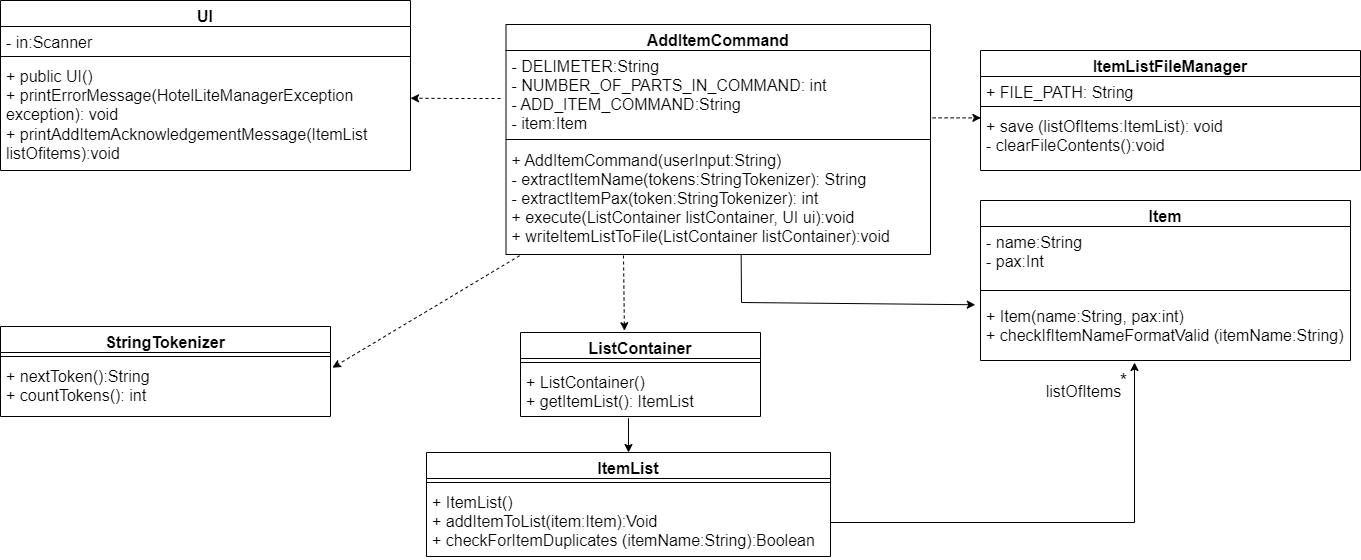
The draw.io diagram docs/team/SiewYangZhi_addItemCommand/AddItemCommandClassDiagram.png in nus-cs2113-AY2122S2/tp, before a commit. Source tidied: cells renumbered, new cells last; positions are measured from the earlier drawing's top-left corner, leaving out a move shared by most shapes.
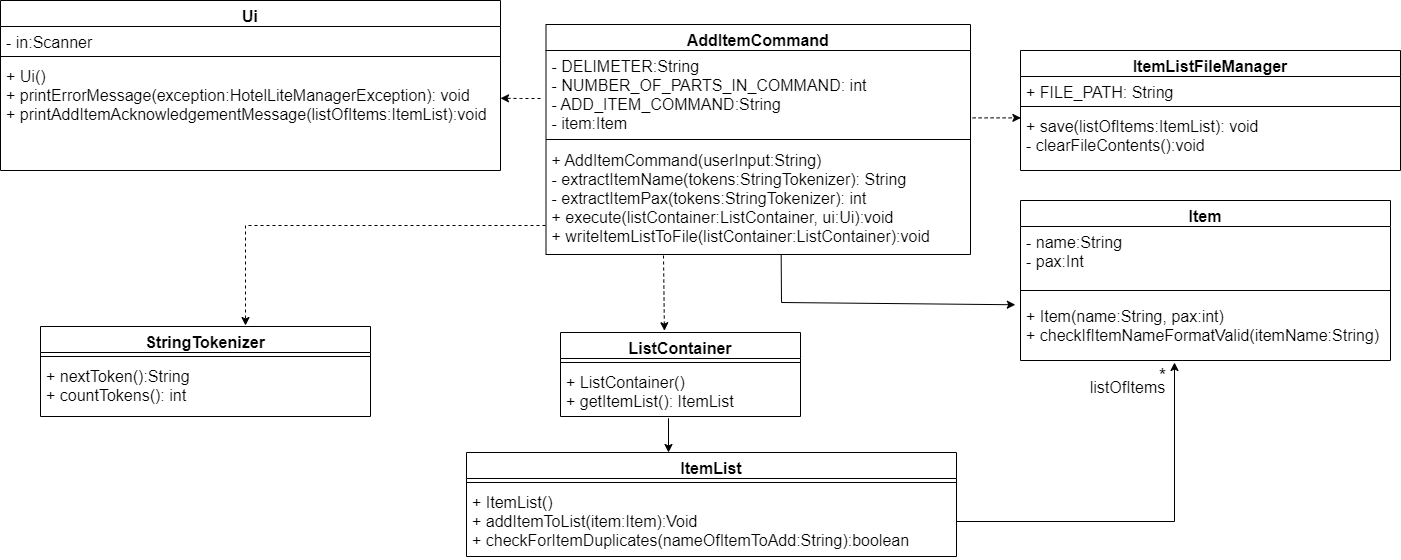
The same file after the commit.

Commit message:
Update the sequence and class diagrams of te add item command in the DG

What changed in the source:
```diff
@@ -11,16 +11,14 @@
     <mxCell id="4" style="line;strokeWidth=1;fillColor=none;align=left;verticalAlign=middle;spacingTop=-1;spacingLeft=3;spacingRight=3;labelPosition=right;fontSize=16;" parent="2" vertex="1">
       <mxGeometry y="80" width="370" height="20" as="geometry" />
     </mxCell>
-    <mxCell id="5" value="+ Item(name:String, pax:int)&#10;+ checkIfItemNameFormatValid (itemName:String)&#10;&#10;" style="text;strokeColor=none;fillColor=none;align=left;verticalAlign=top;spacingLeft=4;spacingRight=4;overflow=hidden;points=[[0,0.5],[1,0.5]];portConstraint=eastwest;fontSize=16;" parent="2" vertex="1">
+    <mxCell id="5" value="+ Item(name:String, pax:int)&#10;+ checkIfItemNameFormatValid(itemName:String)&#10;&#10;" style="text;strokeColor=none;fillColor=none;align=left;verticalAlign=top;spacingLeft=4;spacingRight=4;overflow=hidden;points=[[0,0.5],[1,0.5]];portConstraint=eastwest;fontSize=16;" parent="2" vertex="1">
       <mxGeometry y="100" width="370" height="60" as="geometry" />
     </mxCell>
-    <mxCell id="6" style="edgeStyle=orthogonalEdgeStyle;rounded=0;orthogonalLoop=1;jettySize=auto;html=1;labelBackgroundColor=default;labelBorderColor=none;fontSize=16;" parent="1" edge="1">
+    <mxCell id="6" style="edgeStyle=orthogonalEdgeStyle;rounded=0;jettySize=auto;html=1;labelBackgroundColor=default;labelBorderColor=none;fontSize=16;exitX=1;exitY=0.5;exitDx=0;exitDy=0;" parent="1" edge="1" source="25">
       <mxGeometry relative="1" as="geometry">
-        <mxPoint x="830" y="524" as="sourcePoint" />
         <mxPoint x="1134" y="362" as="targetPoint" />
         <Array as="points">
-          <mxPoint x="829.5" y="522" />
-          <mxPoint x="1133.5" y="522" />
+          <mxPoint x="1134" y="521" />
         </Array>
       </mxGeometry>
     </mxCell>
@@ -31,20 +29,20 @@
     </mxCell>
     <mxCell id="8" value="&lt;font style=&quot;font-size: 16px&quot;&gt;listOfItems&lt;/font&gt;" style="edgeLabel;html=1;align=center;verticalAlign=middle;fontSize=15;" parent="6" vertex="1">
       <mxGeometry x="0.9" relative="1" as="geometry">
-        <mxPoint x="-52" y="6" as="offset" />
+        <mxPoint x="-47" y="6" as="offset" />
       </mxGeometry>
     </mxCell>
-    <mxCell id="9" value="UI" style="swimlane;fontStyle=1;align=center;verticalAlign=top;horizontal=1;startSize=26;fontSize=16;" parent="1" vertex="1">
-      <mxGeometry width="410" height="170" as="geometry" />
+    <mxCell id="9" value="Ui" style="swimlane;fontStyle=1;align=center;verticalAlign=top;horizontal=1;startSize=26;fontSize=16;" parent="1" vertex="1">
+      <mxGeometry x="-40" width="500" height="170" as="geometry" />
     </mxCell>
     <mxCell id="10" value="- in:Scanner" style="text;strokeColor=none;fillColor=none;align=left;verticalAlign=top;spacingLeft=4;spacingRight=4;overflow=hidden;fontSize=16;" parent="9" vertex="1">
-      <mxGeometry y="26" width="410" height="26" as="geometry" />
+      <mxGeometry y="26" width="500" height="26" as="geometry" />
     </mxCell>
     <mxCell id="11" style="line;strokeWidth=1;fillColor=none;align=left;verticalAlign=middle;spacingTop=-1;spacingLeft=3;spacingRight=3;labelPosition=right;fontSize=16;" parent="9" vertex="1">
-      <mxGeometry y="52" width="410" height="8" as="geometry" />
+      <mxGeometry y="52" width="500" height="8" as="geometry" />
     </mxCell>
-    <mxCell id="12" value="+ public UI()&#10;+ printErrorMessage(HotelLiteManagerException exception): void&#10;+ printAddItemAcknowledgementMessage(ItemList listOfitems):void&#10;" style="text;strokeColor=none;fillColor=none;align=left;verticalAlign=top;spacingLeft=4;spacingRight=4;overflow=hidden;points=[[0,0.5],[1,0.5]];portConstraint=eastwest;fontSize=16;whiteSpace=wrap;" parent="9" vertex="1">
-      <mxGeometry y="60" width="410" height="110" as="geometry" />
+    <mxCell id="12" value="+ Ui()&#10;+ printErrorMessage(exception:HotelLiteManagerException): void&#10;+ printAddItemAcknowledgementMessage(listOfItems:ItemList):void&#10;" style="text;strokeColor=none;fillColor=none;align=left;verticalAlign=top;spacingLeft=4;spacingRight=4;overflow=hidden;points=[[0,0.5],[1,0.5]];portConstraint=eastwest;fontSize=16;whiteSpace=wrap;" parent="9" vertex="1">
+      <mxGeometry y="60" width="500" height="110" as="geometry" />
     </mxCell>
     <mxCell id="13" style="edgeStyle=orthogonalEdgeStyle;rounded=0;jettySize=auto;html=1;entryX=1;entryY=0.343;entryDx=0;entryDy=0;entryPerimeter=0;labelBackgroundColor=default;labelBorderColor=none;fontSize=16;dashed=1;" parent="1" edge="1" target="12">
       <mxGeometry relative="1" as="geometry">
@@ -60,8 +58,14 @@
     <mxCell id="16" value="+ nextToken():String&#10;+ countTokens(): int&#10;" style="text;strokeColor=none;fillColor=none;align=left;verticalAlign=top;spacingLeft=4;spacingRight=4;overflow=hidden;points=[[0,0.5],[1,0.5]];portConstraint=eastwest;fontSize=16;" parent="14" vertex="1">
       <mxGeometry y="34" width="330" height="56" as="geometry" />
     </mxCell>
-    <mxCell id="17" style="endArrow=classic;html=1;rounded=0;exitX=0.032;exitY=1.011;exitDx=0;exitDy=0;exitPerimeter=0;entryX=1.006;entryY=0.129;entryDx=0;entryDy=0;entryPerimeter=0;dashed=1;fontSize=16;" parent="1" edge="1" source="22" target="16">
-      <mxGeometry relative="1" as="geometry" />
+    <mxCell id="17" style="endArrow=classic;html=1;rounded=0;dashed=1;fontSize=16;" parent="1" edge="1">
+      <mxGeometry relative="1" as="geometry">
+        <mxPoint x="505" y="225" as="sourcePoint" />
+        <mxPoint x="205" y="325" as="targetPoint" />
+        <Array as="points">
+          <mxPoint x="205" y="225" />
+        </Array>
+      </mxGeometry>
     </mxCell>
     <mxCell id="18" style="endArrow=classic;html=1;rounded=0;entryX=0.463;entryY=-0.005;entryDx=0;entryDy=0;entryPerimeter=0;exitX=0.463;exitY=1.103;exitDx=0;exitDy=0;exitPerimeter=0;fontSize=16;" parent="1" edge="1">
       <mxGeometry relative="1" as="geometry">
@@ -78,17 +82,17 @@
     <mxCell id="21" style="line;strokeWidth=1;fillColor=none;align=left;verticalAlign=middle;spacingTop=-1;spacingLeft=3;spacingRight=3;labelPosition=right;fontSize=16;" parent="19" vertex="1">
       <mxGeometry y="110" width="424.5" height="10" as="geometry" />
     </mxCell>
-    <mxCell id="22" value="+ AddItemCommand(userInput:String)&#10;- extractItemName(tokens:StringTokenizer): String&#10;- extractItemPax(token:StringTokenizer): int&#10;+ execute(ListContainer listContainer, UI ui):void&#10;+ writeItemListToFile(ListContainer listContainer):void" style="text;strokeColor=none;fillColor=none;align=left;verticalAlign=top;spacingLeft=4;spacingRight=4;overflow=hidden;points=[[0,0.5],[1,0.5]];portConstraint=eastwest;fontSize=16;" parent="19" vertex="1">
+    <mxCell id="22" value="+ AddItemCommand(userInput:String)&#10;- extractItemName(tokens:StringTokenizer): String&#10;- extractItemPax(tokens:StringTokenizer): int&#10;+ execute(listContainer:ListContainer, ui:Ui):void&#10;+ writeItemListToFile(listContainer:ListContainer):void" style="text;strokeColor=none;fillColor=none;align=left;verticalAlign=top;spacingLeft=4;spacingRight=4;overflow=hidden;points=[[0,0.5],[1,0.5]];portConstraint=eastwest;fontSize=16;" parent="19" vertex="1">
       <mxGeometry y="120" width="424.5" height="110" as="geometry" />
     </mxCell>
     <mxCell id="23" value="ItemList" style="swimlane;fontStyle=1;align=center;verticalAlign=top;horizontal=1;startSize=26;fontSize=16;" parent="1" vertex="1">
-      <mxGeometry x="426" y="452" width="404" height="104" as="geometry" />
+      <mxGeometry x="426" y="452" width="490" height="104" as="geometry" />
     </mxCell>
     <mxCell id="24" style="line;strokeWidth=1;fillColor=none;align=left;verticalAlign=middle;spacingTop=-1;spacingLeft=3;spacingRight=3;labelPosition=right;fontSize=16;" parent="23" vertex="1">
-      <mxGeometry y="26" width="404" height="8" as="geometry" />
+      <mxGeometry y="26" width="490" height="8" as="geometry" />
     </mxCell>
-    <mxCell id="25" value="+ ItemList()&#10;+ addItemToList(item:Item):Void&#10;+ checkForItemDuplicates (itemName:String):Boolean&#10;&#10;" style="text;strokeColor=none;fillColor=none;align=left;verticalAlign=top;spacingLeft=4;spacingRight=4;overflow=hidden;points=[[0,0.5],[1,0.5]];portConstraint=eastwest;fontSize=16;" parent="23" vertex="1">
-      <mxGeometry y="34" width="404" height="70" as="geometry" />
+    <mxCell id="25" value="+ ItemList()&#10;+ addItemToList(item:Item):Void&#10;+ checkForItemDuplicates(nameOfItemToAdd:String):boolean&#10;&#10;" style="text;strokeColor=none;fillColor=none;align=left;verticalAlign=top;spacingLeft=4;spacingRight=4;overflow=hidden;points=[[0,0.5],[1,0.5]];portConstraint=eastwest;fontSize=16;" parent="23" vertex="1">
+      <mxGeometry y="34" width="490" height="70" as="geometry" />
     </mxCell>
     <mxCell id="26" value="ListContainer" style="swimlane;fontStyle=1;align=center;verticalAlign=top;horizontal=1;startSize=26;fontSize=16;" parent="1" vertex="1">
       <mxGeometry x="520" y="332" width="240" height="84" as="geometry" />
@@ -126,7 +130,7 @@
     <mxCell id="34" style="line;strokeWidth=1;fillColor=none;align=left;verticalAlign=middle;spacingTop=-1;spacingLeft=3;spacingRight=3;labelPosition=right;fontSize=16;" parent="32" vertex="1">
       <mxGeometry y="52" width="380" height="8" as="geometry" />
     </mxCell>
-    <mxCell id="35" value="+ save (listOfItems:ItemList): void&#10;- clearFileContents():void" style="text;strokeColor=none;fillColor=none;align=left;verticalAlign=top;spacingLeft=4;spacingRight=4;overflow=hidden;points=[[0,0.5],[1,0.5]];portConstraint=eastwest;fontSize=16;" parent="32" vertex="1">
+    <mxCell id="35" value="+ save(listOfItems:ItemList): void&#10;- clearFileContents():void&#10;" style="text;strokeColor=none;fillColor=none;align=left;verticalAlign=top;spacingLeft=4;spacingRight=4;overflow=hidden;points=[[0,0.5],[1,0.5]];portConstraint=eastwest;fontSize=16;" parent="32" vertex="1">
       <mxGeometry y="60" width="380" height="60" as="geometry" />
     </mxCell>
     <mxCell id="36" style="endArrow=classic;html=1;rounded=0;fontSize=16;entryX=0.001;entryY=0.123;entryDx=0;entryDy=0;dashed=1;exitX=1.005;exitY=0.802;exitDx=0;exitDy=0;exitPerimeter=0;entryPerimeter=0;" parent="1" edge="1" source="20" target="35">
```
